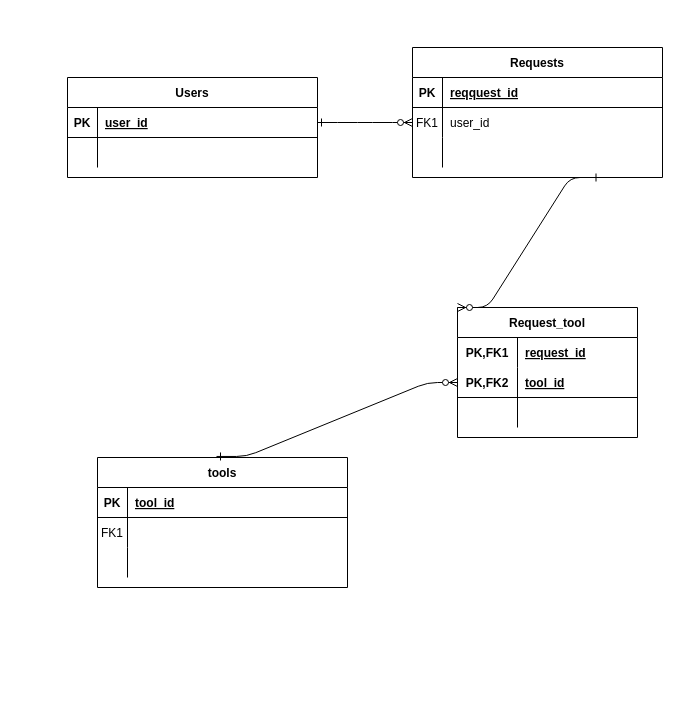
Earlier version of the draw.io diagram Untitled Diagram.drawio (nam6699/demo). Source tidied: cells renumbered, new cells numbered last; positions are measured from the earlier drawing's top-left corner, leaving out a move shared by most shapes. Both pictures are drawn from the tidied source at 100%, with x=0, y=0 at pixel (67, 47).
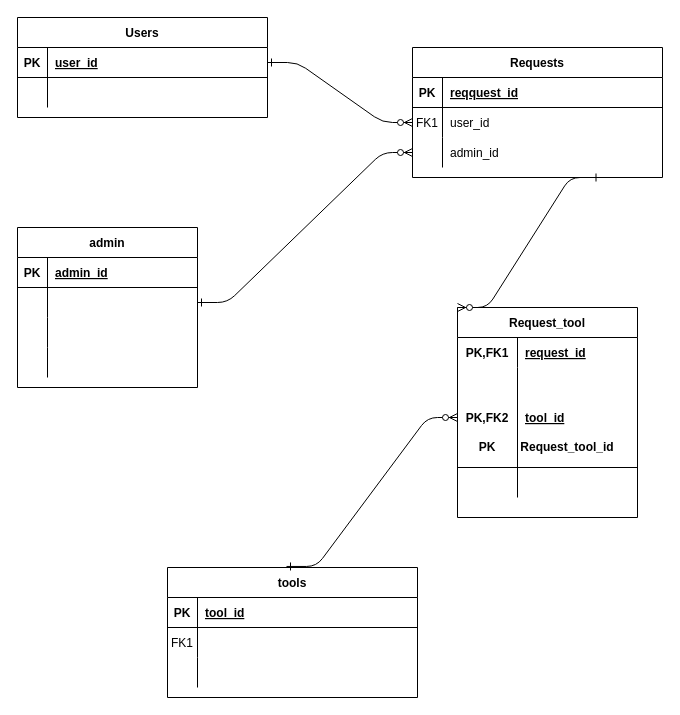
The same diagram, later.

Unchanged cells that the change refers to:
```xml
<mxCell id="10" style="shape=partialRectangle;fillColor=none;points=[[0,0.5],[1,0.5]];portConstraint=eastwest;top=0;left=0;right=0;bottom=0;" parent="3" vertex="1">
  <mxGeometry y="90" width="250" height="30" as="geometry" />
</mxCell>
```

What changed in the source:
```diff
@@
-    <mxCell id="12" style="shape=partialRectangle;overflow=hidden;fillColor=none;top=0;left=0;bottom=0;right=0;align=left;spacingLeft=6;" parent="10" vertex="1">
+    <mxCell id="12" value="admin_id" style="shape=partialRectangle;overflow=hidden;fillColor=none;top=0;left=0;bottom=0;right=0;align=left;spacingLeft=6;" parent="10" vertex="1">
       <mxGeometry x="30" width="220" height="30" as="geometry" />
     </mxCell>
     <mxCell id="13" value="tools" style="shape=table;startSize=30;childLayout=tableLayout;rowLines=0;fontStyle=1;align=center;" parent="1" vertex="1">
-      <mxGeometry x="30" y="410" width="250" height="130" as="geometry" />
+      <mxGeometry x="100" y="520" width="250" height="130" as="geometry" />
     </mxCell>
@@
     <mxCell id="23" value="Users" style="shape=table;startSize=30;childLayout=tableLayout;rowLines=0;fontStyle=1;align=center;" parent="1" vertex="1">
-      <mxGeometry y="30" width="250" height="100" as="geometry" />
+      <mxGeometry x="-50" y="-30" width="250" height="100" as="geometry" />
     </mxCell>
@@
     <mxCell id="30" value="Request_tool" style="shape=table;startSize=30;childLayout=tableLayout;rowLines=0;fontStyle=1;align=center;" parent="1" vertex="1">
-      <mxGeometry x="390" y="260" width="180" height="130" as="geometry" />
+      <mxGeometry x="390" y="260" width="180" height="210" as="geometry" />
     </mxCell>
@@
     <mxCell id="34" style="shape=partialRectangle;fillColor=none;top=0;left=0;bottom=1;right=0;points=[[0,0.5],[1,0.5]];portConstraint=eastwest;" parent="30" vertex="1">
-      <mxGeometry y="60" width="180" height="30" as="geometry" />
+      <mxGeometry y="60" width="180" height="100" as="geometry" />
     </mxCell>
     <mxCell id="35" value="PK,FK2" style="shape=partialRectangle;fillColor=none;top=0;left=0;bottom=0;right=0;fontStyle=1;overflow=hidden;" parent="34" vertex="1">
-      <mxGeometry width="60" height="30" as="geometry" />
+      <mxGeometry width="60" height="100" as="geometry" />
     </mxCell>
     <mxCell id="36" value="tool_id" style="shape=partialRectangle;fillColor=none;top=0;left=0;bottom=0;right=0;align=left;spacingLeft=6;fontStyle=5;overflow=hidden;" parent="34" vertex="1">
-      <mxGeometry x="60" width="120" height="30" as="geometry" />
+      <mxGeometry x="60" width="120" height="100" as="geometry" />
     </mxCell>
     <mxCell id="37" style="shape=partialRectangle;fillColor=none;top=0;left=0;bottom=0;right=0;" parent="30" vertex="1">
-      <mxGeometry y="90" width="180" height="30" as="geometry" />
+      <mxGeometry y="160" width="180" height="30" as="geometry" />
     </mxCell>
@@
+    <mxCell id="42" value="admin" style="shape=table;startSize=30;childLayout=tableLayout;rowLines=0;fontStyle=1;align=center;" parent="1" vertex="1">
+      <mxGeometry x="-50" y="180" width="180" height="160" as="geometry" />
+    </mxCell>
+    <mxCell id="43" style="shape=partialRectangle;fillColor=none;top=0;left=0;bottom=1;right=0;" parent="42" vertex="1">
+      <mxGeometry y="30" width="180" height="30" as="geometry" />
+    </mxCell>
+    <mxCell id="44" value="PK" style="shape=partialRectangle;fillColor=none;top=0;left=0;bottom=0;right=0;fontStyle=1;overflow=hidden;" parent="43" vertex="1">
+      <mxGeometry width="30" height="30" as="geometry" />
+    </mxCell>
+    <mxCell id="45" value="admin_id" style="shape=partialRectangle;fillColor=none;top=0;left=0;bottom=0;right=0;align=left;spacingLeft=6;fontStyle=5;overflow=hidden;" parent="43" vertex="1">
+      <mxGeometry x="30" width="150" height="30" as="geometry" />
+    </mxCell>
+    <mxCell id="46" style="shape=partialRectangle;fillColor=none;top=0;left=0;bottom=0;right=0;points=[[0,0.5],[1,0.5]];portConstraint=eastwest;" parent="42" vertex="1">
+      <mxGeometry y="60" width="180" height="30" as="geometry" />
+    </mxCell>
+    <mxCell id="47" style="shape=partialRectangle;fillColor=none;top=0;left=0;bottom=0;right=0;overflow=hidden;" parent="46" vertex="1">
+      <mxGeometry width="30" height="30" as="geometry" />
+    </mxCell>
+    <mxCell id="48" style="shape=partialRectangle;fillColor=none;top=0;left=0;bottom=0;right=0;align=left;spacingLeft=6;overflow=hidden;" parent="46" vertex="1">
+      <mxGeometry x="30" width="150" height="30" as="geometry" />
+    </mxCell>
+    <mxCell id="49" style="shape=partialRectangle;fillColor=none;top=0;left=0;bottom=0;right=0;" parent="42" vertex="1">
+      <mxGeometry y="90" width="180" height="30" as="geometry" />
+    </mxCell>
+    <mxCell id="50" style="shape=partialRectangle;fillColor=none;top=0;left=0;bottom=0;right=0;overflow=hidden;" parent="49" vertex="1">
+      <mxGeometry width="30" height="30" as="geometry" />
+    </mxCell>
+    <mxCell id="51" style="shape=partialRectangle;fillColor=none;top=0;left=0;bottom=0;right=0;align=left;spacingLeft=6;overflow=hidden;" parent="49" vertex="1">
+      <mxGeometry x="30" width="150" height="30" as="geometry" />
+    </mxCell>
+    <mxCell id="52" style="shape=partialRectangle;fillColor=none;top=0;left=0;bottom=0;right=0;" parent="42" vertex="1">
+      <mxGeometry y="120" width="180" height="30" as="geometry" />
+    </mxCell>
+    <mxCell id="53" style="shape=partialRectangle;fillColor=none;top=0;left=0;bottom=0;right=0;overflow=hidden;" parent="52" vertex="1">
+      <mxGeometry width="30" height="30" as="geometry" />
+    </mxCell>
+    <mxCell id="54" style="shape=partialRectangle;fillColor=none;top=0;left=0;bottom=0;right=0;align=left;spacingLeft=6;overflow=hidden;" parent="52" vertex="1">
+      <mxGeometry x="30" width="150" height="30" as="geometry" />
+    </mxCell>
+    <mxCell id="55" style="edgeStyle=entityRelationEdgeStyle;endArrow=ERzeroToMany;startArrow=ERone;endFill=1;startFill=0;exitX=1;exitY=0.5;exitDx=0;exitDy=0;entryX=0;entryY=0.5;entryDx=0;entryDy=0;" parent="1" edge="1" source="46" target="10">
+      <mxGeometry relative="1" as="geometry" />
+    </mxCell>
+    <mxCell id="56" value="PK" style="text;html=1;strokeColor=none;fillColor=none;align=center;verticalAlign=middle;whiteSpace=wrap;rounded=0;fontStyle=1;" parent="1" vertex="1">
+      <mxGeometry x="400" y="390" width="40" height="20" as="geometry" />
+    </mxCell>
+    <mxCell id="57" value="Request_tool_id" style="text;html=1;strokeColor=none;fillColor=none;align=center;verticalAlign=middle;whiteSpace=wrap;rounded=0;fontStyle=1;" parent="1" vertex="1">
+      <mxGeometry x="480" y="390" width="40" height="20" as="geometry" />
+    </mxCell>
```
